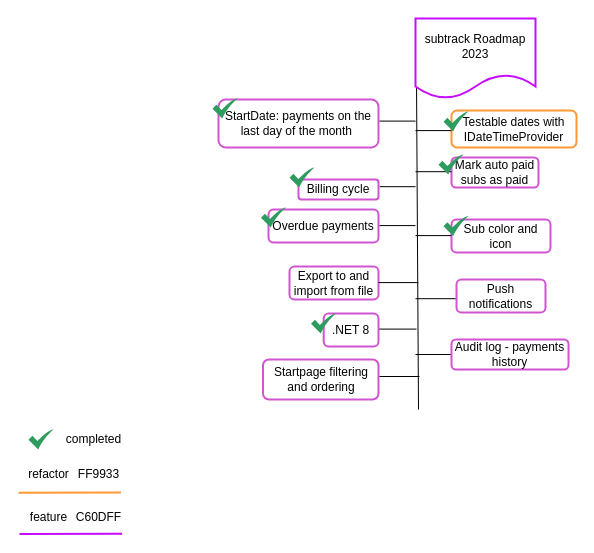
This is docs/roadmap.drawio from Code2Gether-Discord/subtrack, a draw.io file, before an edit. Source tidied: cells renumbered, new cells numbered last; positions are measured from the earlier drawing's top-left corner, leaving out a move shared by most shapes. Both pictures are drawn from the tidied source at 100%, with x=0, y=0 at pixel (18, 18).
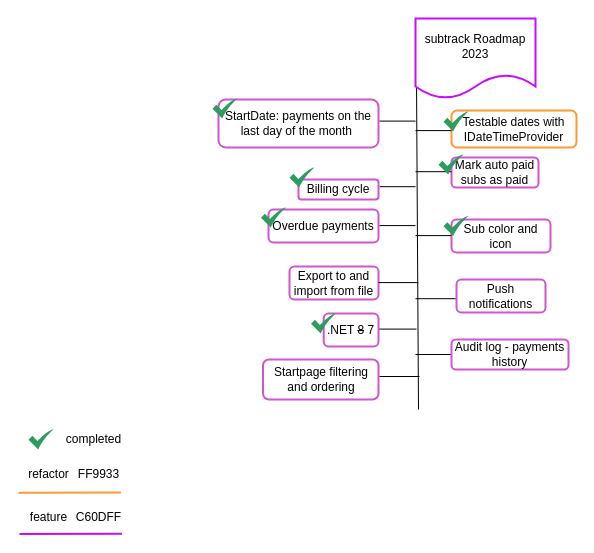
The same page after the edit.

The edit, as a diff of the source:
```diff
@@
-    <mxCell id="37" value=".NET 8" style="rounded=1;whiteSpace=wrap;html=1;labelBackgroundColor=none;labelBorderColor=none;strokeColor=#D154D1;strokeWidth=2;fontColor=#030303;fillColor=#FFFFFF;" parent="1" vertex="1">
+    <mxCell id="37" value=".NET &lt;strike&gt;8&lt;/strike&gt; 7" style="rounded=1;whiteSpace=wrap;html=1;labelBackgroundColor=none;labelBorderColor=none;strokeColor=#D154D1;strokeWidth=2;fontColor=#030303;fillColor=#FFFFFF;" parent="1" vertex="1">
       <mxGeometry x="305.2" y="295" width="54.8" height="33" as="geometry" />
     </mxCell>
```
